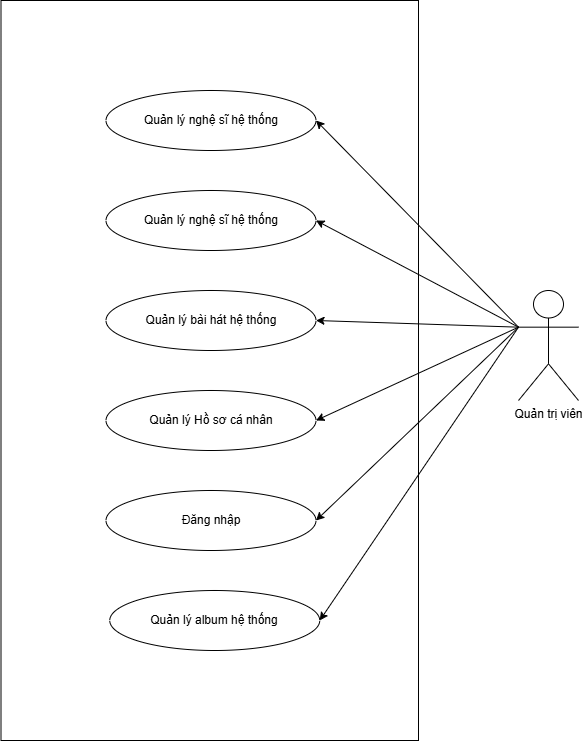
Above: Document/Admin.drawio.png in Lamthiin/LameMusic (draw.io), before the change. Source tidied: cells renumbered, new cells last; positions are measured from the earlier drawing's top-left corner, leaving out a move shared by most shapes.
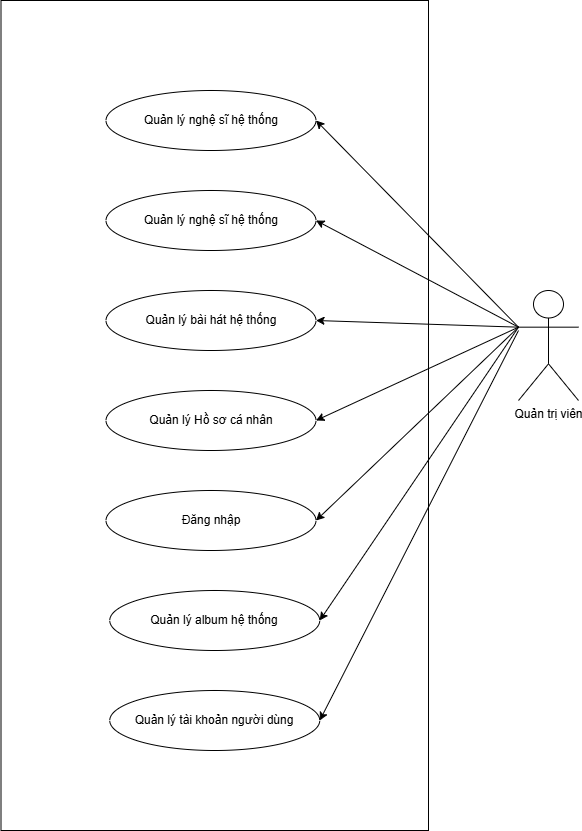
After the commit.

Diff of the diagram source:
```diff
@@ -3,7 +3,7 @@
     <mxCell id="0" />
     <mxCell id="1" parent="0" />
     <mxCell id="2" style="rounded=0;whiteSpace=wrap;html=1;" parent="1" vertex="1">
-      <mxGeometry x="0.5" width="417.5" height="740" as="geometry" />
+      <mxGeometry x="0.5" width="427.5" height="830" as="geometry" />
     </mxCell>
     <mxCell id="3" value="Quản trị viên" style="shape=umlActor;verticalLabelPosition=bottom;verticalAlign=top;html=1;outlineConnect=0;" parent="1" vertex="1">
       <mxGeometry x="518" y="290" width="60" height="110" as="geometry" />
@@ -44,5 +44,13 @@
     <mxCell id="15" style="endArrow=classic;html=1;rounded=0;entryX=1;entryY=0.5;entryDx=0;entryDy=0;exitX=0;exitY=0.3333333333333333;exitDx=0;exitDy=0;exitPerimeter=0;" parent="1" edge="1" source="3" target="14">
       <mxGeometry relative="1" as="geometry" />
     </mxCell>
+    <mxCell id="16" value="Quản lý tài khoản người dùng" style="ellipse;whiteSpace=wrap;html=1;" parent="1" vertex="1">
+      <mxGeometry x="109.2" y="690" width="210" height="60" as="geometry" />
+    </mxCell>
+    <mxCell id="17" style="endArrow=classic;html=1;rounded=0;entryX=1;entryY=0.5;entryDx=0;entryDy=0;" parent="1" edge="1" target="16">
+      <mxGeometry relative="1" as="geometry">
+        <mxPoint x="518" y="330" as="sourcePoint" />
+      </mxGeometry>
+    </mxCell>
   </root>
 </mxGraphModel>
```
